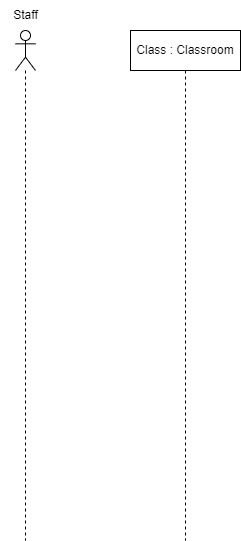
Earlier version of the draw.io export documentation/enrollment_sequence.png (AadhyaJoshi/LearnScape). Source tidied: cells renumbered, new cells last; positions are measured from the earlier drawing's top-left corner, leaving out a move shared by most shapes.
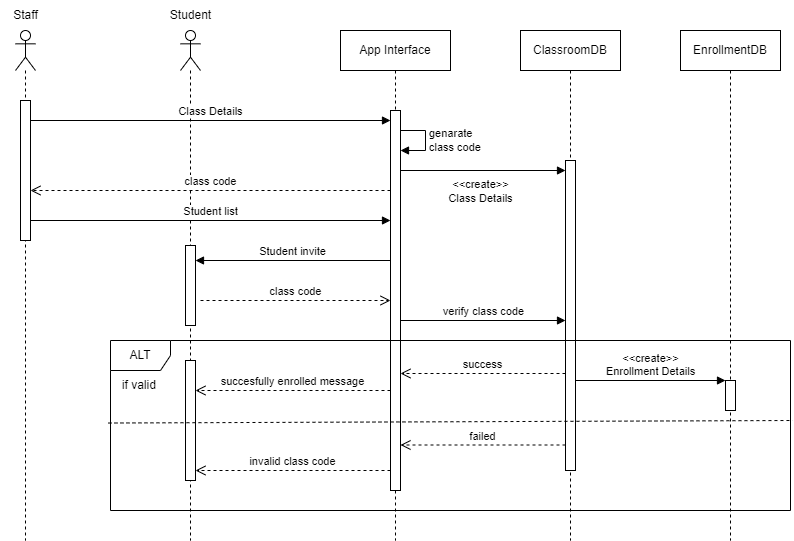
The same diagram one commit later.

Change to the diagram source:
```diff
@@ -5,11 +5,127 @@
     <mxCell id="2" style="shape=umlLifeline;perimeter=lifelinePerimeter;whiteSpace=wrap;html=1;newEdgeStyle={&quot;curved&quot;:0,&quot;rounded&quot;:0};participant=umlActor;" parent="1" vertex="1">
       <mxGeometry x="15" y="30" width="20" height="510" as="geometry" />
     </mxCell>
+    <mxCell id="5" style="html=1;perimeter=orthogonalPerimeter;targetShapes=umlLifeline;newEdgeStyle={&quot;curved&quot;:0,&quot;rounded&quot;:0};" parent="2" vertex="1">
+      <mxGeometry x="5" y="70" width="10" height="140" as="geometry" />
+    </mxCell>
     <mxCell id="3" value="Staff" style="text;html=1;align=center;verticalAlign=middle;strokeColor=none;fillColor=none;" parent="1" vertex="1">
       <mxGeometry width="50" height="30" as="geometry" />
     </mxCell>
-    <mxCell id="4" value="Class : Classroom" style="shape=umlLifeline;perimeter=lifelinePerimeter;whiteSpace=wrap;html=1;newEdgeStyle={&quot;curved&quot;:0,&quot;rounded&quot;:0};" parent="1" vertex="1">
-      <mxGeometry x="130" y="30" width="110" height="510" as="geometry" />
+    <mxCell id="4" value="App Interface" style="shape=umlLifeline;perimeter=lifelinePerimeter;whiteSpace=wrap;html=1;newEdgeStyle={&quot;curved&quot;:0,&quot;rounded&quot;:0};" parent="1" vertex="1">
+      <mxGeometry x="340" y="30" width="110" height="510" as="geometry" />
     </mxCell>
+    <mxCell id="6" style="html=1;points=[[0,0,0,0,5],[0,1,0,0,-5],[1,0,0,0,5],[1,1,0,0,-5]];perimeter=orthogonalPerimeter;outlineConnect=0;targetShapes=umlLifeline;portConstraint=eastwest;newEdgeStyle={&quot;curved&quot;:0,&quot;rounded&quot;:0};" parent="4" vertex="1">
+      <mxGeometry x="50" y="80" width="10" height="380" as="geometry" />
+    </mxCell>
+    <mxCell id="7" value="genarate&amp;nbsp;&lt;br&gt;class code" style="html=1;align=left;spacingLeft=2;endArrow=block;rounded=0;edgeStyle=orthogonalEdgeStyle;curved=0;rounded=0;" parent="4" edge="1" source="6" target="6">
+      <mxGeometry relative="1" as="geometry">
+        <Array as="points">
+          <mxPoint x="85" y="100" />
+          <mxPoint x="85" y="120" />
+        </Array>
+      </mxGeometry>
+    </mxCell>
+    <mxCell id="8" style="shape=umlLifeline;perimeter=lifelinePerimeter;whiteSpace=wrap;html=1;newEdgeStyle={&quot;curved&quot;:0,&quot;rounded&quot;:0};participant=umlActor;" parent="1" vertex="1">
+      <mxGeometry x="180" y="30" width="20" height="510" as="geometry" />
+    </mxCell>
+    <mxCell id="9" style="html=1;points=[[0,0,0,0,5],[0,1,0,0,-5],[1,0,0,0,5],[1,1,0,0,-5]];perimeter=orthogonalPerimeter;outlineConnect=0;targetShapes=umlLifeline;portConstraint=eastwest;newEdgeStyle={&quot;curved&quot;:0,&quot;rounded&quot;:0};" parent="8" vertex="1">
+      <mxGeometry x="5" y="215" width="10" height="80" as="geometry" />
+    </mxCell>
+    <mxCell id="10" style="html=1;points=[[0,0,0,0,5],[0,1,0,0,-5],[1,0,0,0,5],[1,1,0,0,-5]];perimeter=orthogonalPerimeter;outlineConnect=0;targetShapes=umlLifeline;portConstraint=eastwest;newEdgeStyle={&quot;curved&quot;:0,&quot;rounded&quot;:0};" parent="8" vertex="1">
+      <mxGeometry x="5" y="330" width="10" height="120" as="geometry" />
+    </mxCell>
+    <mxCell id="11" value="Student" style="text;html=1;align=center;verticalAlign=middle;strokeColor=none;fillColor=none;" parent="1" vertex="1">
+      <mxGeometry x="160" width="60" height="30" as="geometry" />
+    </mxCell>
+    <mxCell id="12" value="EnrollmentDB" style="shape=umlLifeline;perimeter=lifelinePerimeter;whiteSpace=wrap;html=1;newEdgeStyle={&quot;curved&quot;:0,&quot;rounded&quot;:0};" parent="1" vertex="1">
+      <mxGeometry x="680" y="30" width="100" height="510" as="geometry" />
+    </mxCell>
+    <mxCell id="13" value="Class Details" style="html=1;verticalAlign=bottom;endArrow=block;curved=0;rounded=0;" parent="1" edge="1" target="6">
+      <mxGeometry relative="1" as="geometry">
+        <mxPoint x="30" y="120" as="sourcePoint" />
+      </mxGeometry>
+    </mxCell>
+    <mxCell id="14" value="class code" style="html=1;verticalAlign=bottom;endArrow=open;dashed=1;endSize=8;curved=0;rounded=0;" parent="1" edge="1">
+      <mxGeometry relative="1" as="geometry">
+        <mxPoint x="390" y="190" as="sourcePoint" />
+        <mxPoint x="30" y="190" as="targetPoint" />
+      </mxGeometry>
+    </mxCell>
+    <mxCell id="15" value="ClassroomDB" style="shape=umlLifeline;perimeter=lifelinePerimeter;whiteSpace=wrap;html=1;newEdgeStyle={&quot;curved&quot;:0,&quot;rounded&quot;:0};" parent="1" vertex="1">
+      <mxGeometry x="520" y="30" width="100" height="510" as="geometry" />
+    </mxCell>
+    <mxCell id="16" style="html=1;points=[[0,0,0,0,5],[0,1,0,0,-5],[1,0,0,0,5],[1,1,0,0,-5]];perimeter=orthogonalPerimeter;outlineConnect=0;targetShapes=umlLifeline;portConstraint=eastwest;newEdgeStyle={&quot;curved&quot;:0,&quot;rounded&quot;:0};" parent="15" vertex="1">
+      <mxGeometry x="45" y="130" width="10" height="310" as="geometry" />
+    </mxCell>
+    <mxCell id="17" style="html=1;verticalAlign=bottom;endArrow=block;curved=0;rounded=0;" parent="1" edge="1" target="16">
+      <mxGeometry relative="1" as="geometry">
+        <mxPoint x="400" y="170" as="sourcePoint" />
+      </mxGeometry>
+    </mxCell>
+    <mxCell id="18" value="&amp;lt;&amp;lt;create&amp;gt;&amp;gt;&lt;br&gt;Class Details" style="edgeLabel;html=1;align=center;verticalAlign=middle;" parent="17" vertex="1">
+      <mxGeometry x="-0.07" y="5" relative="1" as="geometry">
+        <mxPoint x="2" y="25" as="offset" />
+      </mxGeometry>
+    </mxCell>
+    <mxCell id="19" value="Student list" style="html=1;verticalAlign=bottom;endArrow=block;curved=0;rounded=0;" parent="1" edge="1" target="6">
+      <mxGeometry relative="1" as="geometry">
+        <mxPoint x="30" y="220" as="sourcePoint" />
+      </mxGeometry>
+    </mxCell>
+    <mxCell id="20" value="Student invite" style="html=1;verticalAlign=bottom;endArrow=block;curved=0;rounded=0;" parent="1" edge="1" target="9">
+      <mxGeometry relative="1" as="geometry">
+        <mxPoint x="390" y="260" as="sourcePoint" />
+      </mxGeometry>
+    </mxCell>
+    <mxCell id="21" value="class code" style="html=1;verticalAlign=bottom;endArrow=open;dashed=1;endSize=8;curved=0;rounded=0;" parent="1" edge="1" target="6">
+      <mxGeometry relative="1" as="geometry">
+        <mxPoint x="200" y="300" as="sourcePoint" />
+      </mxGeometry>
+    </mxCell>
+    <mxCell id="22" value="verify class code" style="html=1;verticalAlign=bottom;endArrow=block;curved=0;rounded=0;" parent="1" edge="1" target="16">
+      <mxGeometry relative="1" as="geometry">
+        <mxPoint x="400" y="320" as="sourcePoint" />
+      </mxGeometry>
+    </mxCell>
+    <mxCell id="23" value="ALT" style="shape=umlFrame;whiteSpace=wrap;html=1;" parent="1" vertex="1">
+      <mxGeometry x="110" y="340" width="680" height="170" as="geometry" />
+    </mxCell>
+    <mxCell id="24" value="success" style="html=1;verticalAlign=bottom;endArrow=open;dashed=1;endSize=8;curved=0;rounded=0;" parent="1" edge="1" source="16">
+      <mxGeometry relative="1" as="geometry">
+        <mxPoint x="400" y="373" as="targetPoint" />
+      </mxGeometry>
+    </mxCell>
+    <mxCell id="25" value="succesfully enrolled message" style="html=1;verticalAlign=bottom;endArrow=open;dashed=1;endSize=8;curved=0;rounded=0;" parent="1" edge="1" target="10">
+      <mxGeometry relative="1" as="geometry">
+        <mxPoint x="390" y="390" as="sourcePoint" />
+      </mxGeometry>
+    </mxCell>
+    <mxCell id="26" value="&amp;lt;&amp;lt;create&amp;gt;&amp;gt;&lt;br&gt;Enrollment Details" style="html=1;verticalAlign=bottom;endArrow=block;curved=0;rounded=0;" parent="1" edge="1" source="16" target="27">
+      <mxGeometry relative="1" as="geometry" />
+    </mxCell>
+    <mxCell id="27" style="html=1;points=[[0,0,0,0,5],[0,1,0,0,-5],[1,0,0,0,5],[1,1,0,0,-5]];perimeter=orthogonalPerimeter;outlineConnect=0;targetShapes=umlLifeline;portConstraint=eastwest;newEdgeStyle={&quot;curved&quot;:0,&quot;rounded&quot;:0};" parent="1" vertex="1">
+      <mxGeometry x="725" y="380" width="10" height="30" as="geometry" />
+    </mxCell>
+    <mxCell id="28" value="if valid&amp;nbsp;" style="text;html=1;align=center;verticalAlign=middle;strokeColor=none;fillColor=none;" parent="1" vertex="1">
+      <mxGeometry x="110" y="370" width="60" height="30" as="geometry" />
+    </mxCell>
+    <mxCell id="29" style="endArrow=none;dashed=1;html=1;rounded=0;exitX=-0.001;exitY=0.545;exitDx=0;exitDy=0;exitPerimeter=0;entryX=1.005;entryY=0.533;entryDx=0;entryDy=0;entryPerimeter=0;" parent="1" edge="1">
+      <mxGeometry relative="1" as="geometry">
+        <mxPoint x="108" y="422.5" as="sourcePoint" />
+        <mxPoint x="792" y="420" as="targetPoint" />
+      </mxGeometry>
+    </mxCell>
+    <mxCell id="30" value="failed" style="html=1;verticalAlign=bottom;endArrow=open;dashed=1;endSize=8;curved=0;rounded=0;" parent="1" edge="1">
+      <mxGeometry relative="1" as="geometry">
+        <mxPoint x="565" y="444.5" as="sourcePoint" />
+        <mxPoint x="400" y="444.5" as="targetPoint" />
+      </mxGeometry>
+    </mxCell>
+    <mxCell id="31" value="invalid class code" style="html=1;verticalAlign=bottom;endArrow=open;dashed=1;endSize=8;curved=0;rounded=0;" parent="1" edge="1">
+      <mxGeometry relative="1" as="geometry">
+        <mxPoint x="390" y="470" as="sourcePoint" />
+        <mxPoint x="195" y="470" as="targetPoint" />
+      </mxGeometry>
+    </mxCell>
   </root>
 </mxGraphModel>
```
